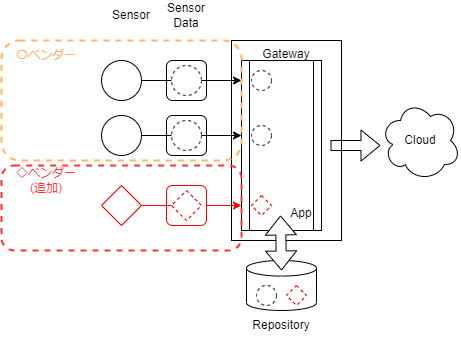
Earlier version of the draw.io export docs/intro/after_standization.drawio.png (data-container-for-wearable-sensor/StartGuide). Source tidied: cells renumbered, new cells last; positions are measured from the earlier drawing's top-left corner, leaving out a move shared by most shapes. Source of this version:
```xml
<mxGraphModel>
  <root>
    <mxCell id="0" />
    <mxCell id="1" parent="0" />
    <mxCell id="2" style="rounded=1;whiteSpace=wrap;html=1;fillStyle=auto;fontSize=9;fillColor=none;gradientColor=none;gradientDirection=east;" parent="1" vertex="1">
      <mxGeometry x="165" y="60" width="40" height="40" as="geometry" />
    </mxCell>
    <mxCell id="3" style="ellipse;whiteSpace=wrap;html=1;" parent="1" vertex="1">
      <mxGeometry x="100" y="115" width="40" height="40" as="geometry" />
    </mxCell>
    <mxCell id="4" style="ellipse;whiteSpace=wrap;html=1;" parent="1" vertex="1">
      <mxGeometry x="100" y="60" width="40" height="40" as="geometry" />
    </mxCell>
    <mxCell id="5" style="rhombus;whiteSpace=wrap;html=1;strokeColor=#FF0000;" parent="1" vertex="1">
      <mxGeometry x="100" y="185" width="40" height="40" as="geometry" />
    </mxCell>
    <mxCell id="6" value="Sensor" style="text;html=1;strokeColor=none;fillColor=none;align=center;verticalAlign=middle;whiteSpace=wrap;rounded=0;" parent="1" vertex="1">
      <mxGeometry x="100" width="60" height="30" as="geometry" />
    </mxCell>
    <mxCell id="7" value="Gateway" style="rounded=0;whiteSpace=wrap;html=1;verticalAlign=top;" parent="1" vertex="1">
      <mxGeometry x="230" y="40" width="110" height="200" as="geometry" />
    </mxCell>
    <mxCell id="8" value="Cloud" style="ellipse;shape=cloud;whiteSpace=wrap;html=1;" parent="1" vertex="1">
      <mxGeometry x="379" y="100" width="80" height="80" as="geometry" />
    </mxCell>
    <mxCell id="9" style="edgeStyle=none;html=1;endArrow=none;" parent="1" edge="1" source="4">
      <mxGeometry relative="1" as="geometry">
        <mxPoint x="170" y="80" as="targetPoint" />
      </mxGeometry>
    </mxCell>
    <mxCell id="10" style="ellipse;whiteSpace=wrap;html=1;fillStyle=auto;gradientColor=none;gradientDirection=east;fillColor=none;dashed=1;" parent="1" vertex="1">
      <mxGeometry x="170" y="65" width="30" height="30" as="geometry" />
    </mxCell>
    <mxCell id="11" style="edgeStyle=none;html=1;endArrow=none;" parent="1" edge="1" source="3" target="12">
      <mxGeometry relative="1" as="geometry" />
    </mxCell>
    <mxCell id="12" style="ellipse;whiteSpace=wrap;html=1;fillStyle=auto;gradientColor=none;gradientDirection=east;fillColor=none;dashed=1;" parent="1" vertex="1">
      <mxGeometry x="170" y="120" width="30" height="30" as="geometry" />
    </mxCell>
    <mxCell id="13" style="edgeStyle=none;html=1;entryX=0;entryY=0.5;entryDx=0;entryDy=0;endArrow=none;strokeColor=#FF0000;" parent="1" edge="1" source="5" target="14">
      <mxGeometry relative="1" as="geometry" />
    </mxCell>
    <mxCell id="14" style="rhombus;whiteSpace=wrap;html=1;dashed=1;strokeColor=#FF0000;" parent="1" vertex="1">
      <mxGeometry x="170" y="190" width="30" height="30" as="geometry" />
    </mxCell>
    <mxCell id="15" value="Sensor&lt;br&gt;Data" style="text;html=1;strokeColor=none;fillColor=none;align=center;verticalAlign=middle;whiteSpace=wrap;rounded=0;" parent="1" vertex="1">
      <mxGeometry x="155" width="60" height="30" as="geometry" />
    </mxCell>
    <mxCell id="16" style="shape=process;whiteSpace=wrap;html=1;backgroundOutline=1;fillStyle=auto;fillColor=none;gradientColor=none;gradientDirection=east;" parent="1" vertex="1">
      <mxGeometry x="240" y="60" width="80" height="170" as="geometry" />
    </mxCell>
    <mxCell id="17" style="ellipse;whiteSpace=wrap;html=1;fillStyle=auto;gradientColor=none;gradientDirection=east;fillColor=none;dashed=1;" parent="1" vertex="1">
      <mxGeometry x="250" y="125" width="20" height="20" as="geometry" />
    </mxCell>
    <mxCell id="18" style="rhombus;whiteSpace=wrap;html=1;dashed=1;strokeColor=#FF0000;" parent="1" vertex="1">
      <mxGeometry x="250" y="195" width="20" height="20" as="geometry" />
    </mxCell>
    <mxCell id="19" value="App" style="text;html=1;strokeColor=none;fillColor=none;align=center;verticalAlign=middle;whiteSpace=wrap;rounded=0;" parent="1" vertex="1">
      <mxGeometry x="280" y="205" width="40" height="15" as="geometry" />
    </mxCell>
    <mxCell id="20" style="shape=flexArrow;endArrow=classic;html=1;" parent="1" edge="1">
      <mxGeometry relative="1" as="geometry">
        <mxPoint x="329" y="145" as="sourcePoint" />
        <mxPoint x="379" y="145" as="targetPoint" />
      </mxGeometry>
    </mxCell>
    <mxCell id="21" style="edgeStyle=none;html=1;entryX=0;entryY=0.5;entryDx=0;entryDy=0;startArrow=none;strokeColor=#FF0000;" parent="1" edge="1" source="31">
      <mxGeometry relative="1" as="geometry">
        <mxPoint x="240" y="205" as="targetPoint" />
      </mxGeometry>
    </mxCell>
    <mxCell id="22" style="edgeStyle=none;html=1;startArrow=none;" parent="1" edge="1" source="12">
      <mxGeometry relative="1" as="geometry">
        <mxPoint x="240" y="135" as="targetPoint" />
      </mxGeometry>
    </mxCell>
    <mxCell id="23" style="edgeStyle=none;html=1;startArrow=none;" parent="1" edge="1" source="10">
      <mxGeometry relative="1" as="geometry">
        <mxPoint x="240" y="80" as="targetPoint" />
      </mxGeometry>
    </mxCell>
    <mxCell id="24" style="ellipse;whiteSpace=wrap;html=1;fillStyle=auto;gradientColor=none;gradientDirection=east;fillColor=none;dashed=1;" parent="1" vertex="1">
      <mxGeometry x="250" y="70" width="20" height="20" as="geometry" />
    </mxCell>
    <mxCell id="25" style="shape=cylinder3;whiteSpace=wrap;html=1;boundedLbl=1;backgroundOutline=1;size=7.800411826685945;fillStyle=auto;fontSize=9;fillColor=none;gradientColor=none;gradientDirection=east;" parent="1" vertex="1">
      <mxGeometry x="245" y="260" width="70" height="50" as="geometry" />
    </mxCell>
    <mxCell id="26" style="ellipse;whiteSpace=wrap;html=1;fillStyle=auto;gradientColor=none;gradientDirection=east;fillColor=none;dashed=1;" parent="1" vertex="1">
      <mxGeometry x="255" y="285" width="20" height="20" as="geometry" />
    </mxCell>
    <mxCell id="27" style="rhombus;whiteSpace=wrap;html=1;dashed=1;strokeColor=#FF0000;" parent="1" vertex="1">
      <mxGeometry x="285" y="285" width="20" height="20" as="geometry" />
    </mxCell>
    <mxCell id="28" value="Repository" style="text;html=1;strokeColor=none;fillColor=none;align=center;verticalAlign=middle;whiteSpace=wrap;rounded=0;" parent="1" vertex="1">
      <mxGeometry x="250" y="310" width="60" height="30" as="geometry" />
    </mxCell>
    <mxCell id="29" style="rounded=1;whiteSpace=wrap;html=1;fillStyle=auto;fontSize=9;fillColor=none;gradientColor=none;gradientDirection=east;" parent="1" vertex="1">
      <mxGeometry x="165" y="115" width="40" height="40" as="geometry" />
    </mxCell>
    <mxCell id="30" style="edgeStyle=none;html=1;entryX=0;entryY=0.5;entryDx=0;entryDy=0;startArrow=none;strokeColor=#FF0000;endArrow=none;" parent="1" edge="1" source="14" target="31">
      <mxGeometry relative="1" as="geometry" />
    </mxCell>
    <mxCell id="31" style="rounded=1;whiteSpace=wrap;html=1;fillStyle=auto;fontSize=9;fillColor=none;gradientColor=none;gradientDirection=east;strokeColor=#FF0000;" parent="1" vertex="1">
      <mxGeometry x="165" y="185" width="40" height="40" as="geometry" />
    </mxCell>
    <mxCell id="32" style="shape=flexArrow;endArrow=classic;startArrow=classic;html=1;fontSize=9;exitX=0;exitY=0.5;exitDx=0;exitDy=0;labelBackgroundColor=default;fillColor=default;" parent="1" edge="1">
      <mxGeometry relative="1" as="geometry">
        <mxPoint x="279" y="215" as="sourcePoint" />
        <mxPoint x="280" y="270" as="targetPoint" />
      </mxGeometry>
    </mxCell>
    <mxCell id="33" style="rounded=1;whiteSpace=wrap;html=1;strokeColor=#FFB366;fillColor=none;shadow=0;glass=0;dashed=1;strokeWidth=2;" parent="1" vertex="1">
      <mxGeometry y="40" width="240" height="120" as="geometry" />
    </mxCell>
    <mxCell id="34" value="〇ベンダー" style="text;html=1;strokeColor=none;fillColor=none;align=center;verticalAlign=middle;whiteSpace=wrap;rounded=0;fontColor=#FFB366;" parent="1" vertex="1">
      <mxGeometry x="10" y="40" width="70" height="30" as="geometry" />
    </mxCell>
    <mxCell id="35" style="rounded=1;whiteSpace=wrap;html=1;strokeColor=#FF3333;fillColor=none;shadow=0;glass=0;dashed=1;strokeWidth=2;" parent="1" vertex="1">
      <mxGeometry y="165" width="240" height="85" as="geometry" />
    </mxCell>
    <mxCell id="36" value="◇ベンダー (追加)" style="text;html=1;strokeColor=none;fillColor=none;align=center;verticalAlign=middle;whiteSpace=wrap;rounded=0;fontColor=#FF3333;" parent="1" vertex="1">
      <mxGeometry x="10" y="165" width="70" height="30" as="geometry" />
    </mxCell>
  </root>
</mxGraphModel>
```
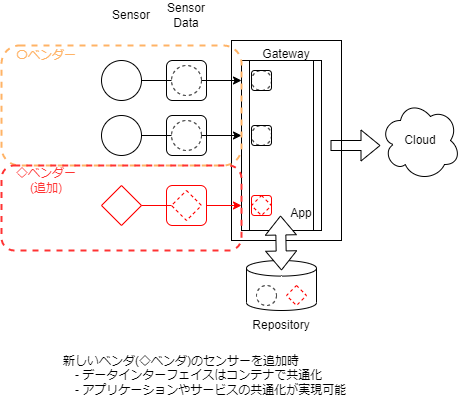
After the change.

Diff of the diagram source:
```diff
@@ -110,7 +110,7 @@
       </mxGeometry>
     </mxCell>
     <mxCell id="33" style="rounded=1;whiteSpace=wrap;html=1;strokeColor=#FFB366;fillColor=none;shadow=0;glass=0;dashed=1;strokeWidth=2;" parent="1" vertex="1">
-      <mxGeometry y="40" width="240" height="120" as="geometry" />
+      <mxGeometry y="45" width="240" height="120" as="geometry" />
     </mxCell>
     <mxCell id="34" value="〇ベンダー" style="text;html=1;strokeColor=none;fillColor=none;align=center;verticalAlign=middle;whiteSpace=wrap;rounded=0;fontColor=#FFB366;" parent="1" vertex="1">
       <mxGeometry x="10" y="40" width="70" height="30" as="geometry" />
@@ -121,5 +121,17 @@
     <mxCell id="36" value="◇ベンダー (追加)" style="text;html=1;strokeColor=none;fillColor=none;align=center;verticalAlign=middle;whiteSpace=wrap;rounded=0;fontColor=#FF3333;" parent="1" vertex="1">
       <mxGeometry x="10" y="165" width="70" height="30" as="geometry" />
     </mxCell>
+    <mxCell id="37" style="rounded=1;whiteSpace=wrap;html=1;fillStyle=auto;fontSize=9;fillColor=none;gradientColor=none;gradientDirection=east;strokeColor=#FF0000;" parent="1" vertex="1">
+      <mxGeometry x="250" y="195" width="20" height="20" as="geometry" />
+    </mxCell>
+    <mxCell id="38" style="rounded=1;whiteSpace=wrap;html=1;fillStyle=auto;fontSize=9;fillColor=none;gradientColor=none;gradientDirection=east;" parent="1" vertex="1">
+      <mxGeometry x="250" y="70" width="20" height="20" as="geometry" />
+    </mxCell>
+    <mxCell id="39" style="rounded=1;whiteSpace=wrap;html=1;fillStyle=auto;fontSize=9;fillColor=none;gradientColor=none;gradientDirection=east;" parent="1" vertex="1">
+      <mxGeometry x="250" y="125" width="20" height="20" as="geometry" />
+    </mxCell>
+    <mxCell id="40" value="新しいベンダ(◇ベンダ)のセンサーを追加時&lt;br&gt;　- データインターフェイスはコンテナで共通化&lt;br&gt;　- アプリケーションやサービスの共通化が実現可能" style="text;html=1;strokeColor=none;fillColor=none;align=left;verticalAlign=middle;whiteSpace=wrap;rounded=0;" parent="1" vertex="1">
+      <mxGeometry x="60" y="350" width="380" height="50" as="geometry" />
+    </mxCell>
   </root>
 </mxGraphModel>
```
